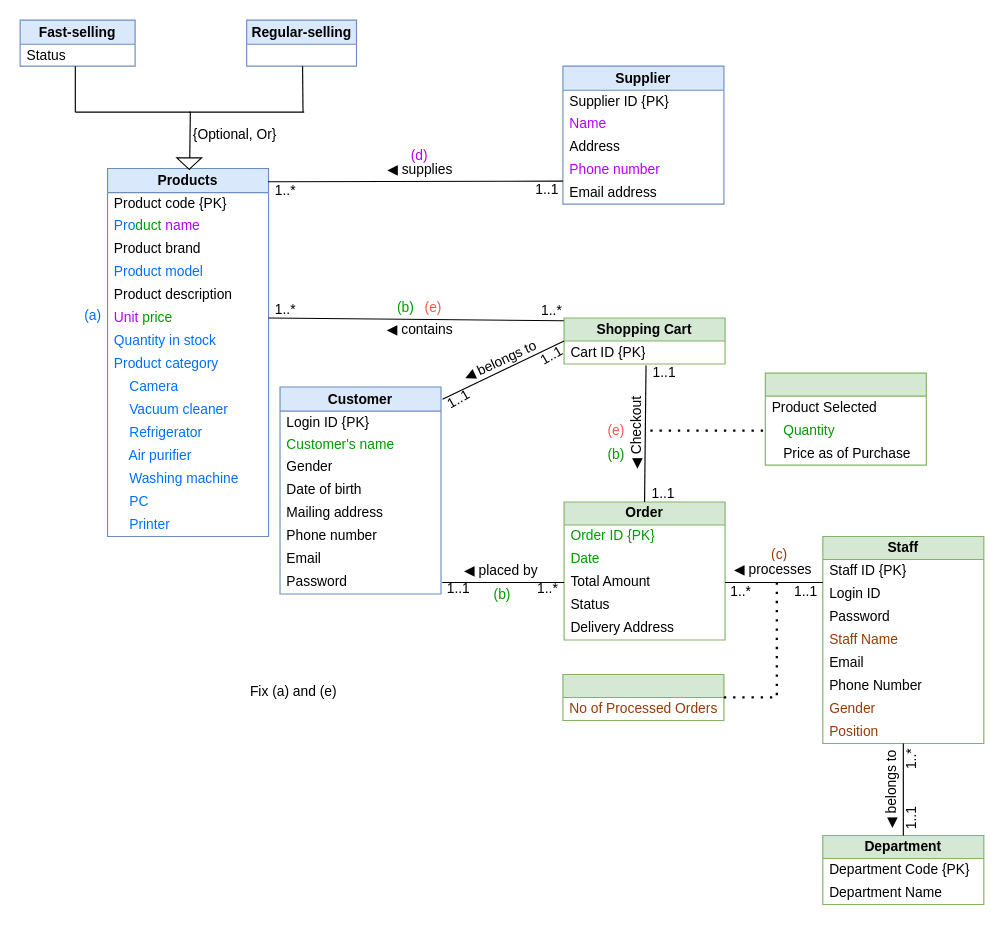
This is Assignment_1.drawio from shadowngks/DBMS, a draw.io file, before an edit. Source tidied: cells renumbered, new cells numbered last; positions are measured from the earlier drawing's top-left corner, leaving out a move shared by most shapes. Both pictures are drawn from the tidied source at 115%, with x=0, y=0 at pixel (20, 20).
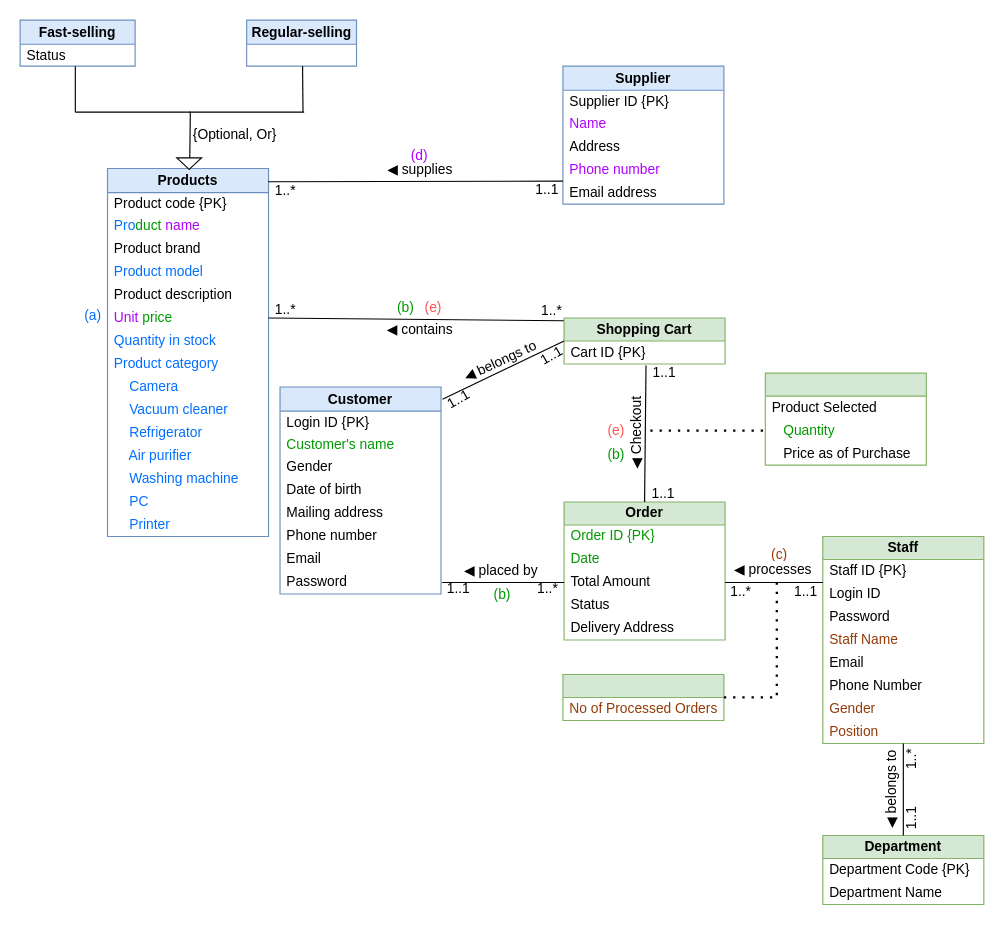
The same page after the edit.

Diff of the diagram source:
```diff
@@
-<mxGraphModel>
+<mxGraphModel background="#ffffff">
@@
-    <mxCell id="107" value="Fix (a) and (e)" style="text;html=1;align=center;verticalAlign=middle;whiteSpace=wrap;rounded=0;" parent="1" vertex="1">
-      <mxGeometry x="198" y="569" width="80" height="30" as="geometry" />
-    </mxCell>
```
